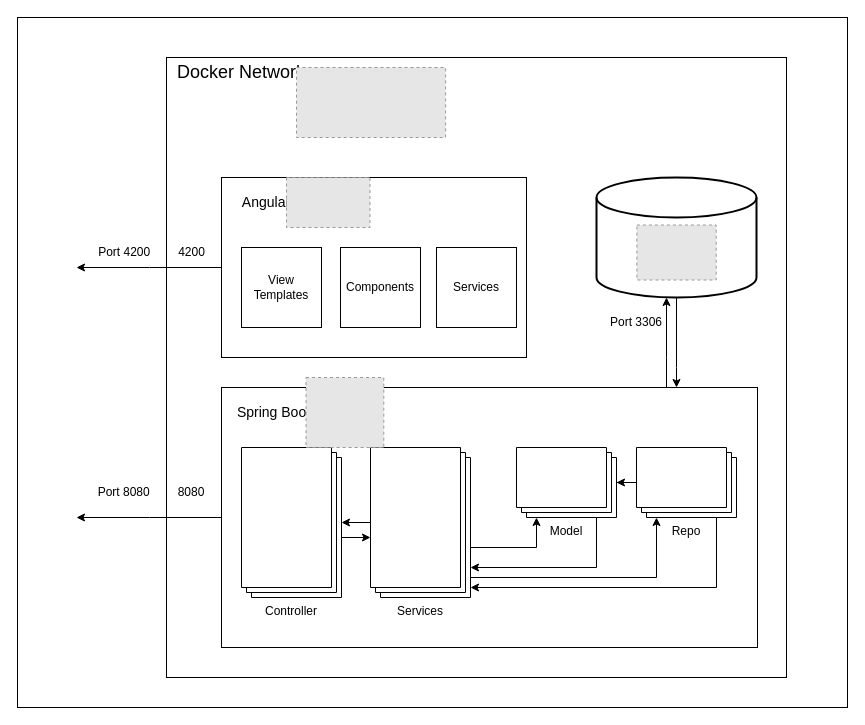
Golo300/Kantinerado keeps this draw.io diagram as docs/resources/src/SystemOverview.drawio. Above is the earlier version. Source tidied: cells renumbered, new cells numbered last; positions are measured from the earlier drawing's top-left corner, leaving out a move shared by most shapes. Both pictures are drawn from the tidied source at 100%, with x=0, y=0 at pixel (17, 17). Pictures stored in the file or linked from it are replaced by grey dashed boxes.
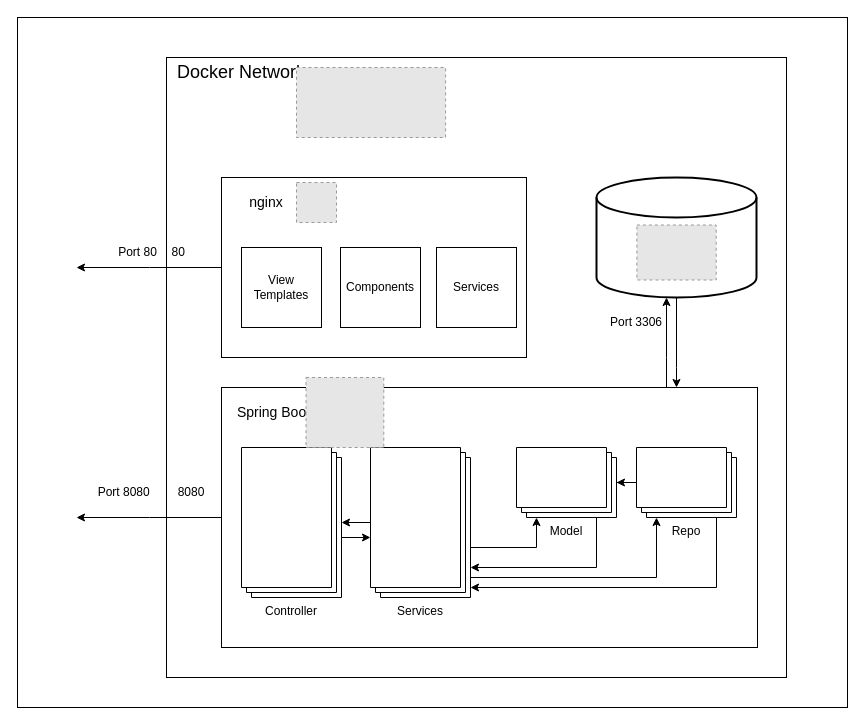
After the change.

What changed in the source:
```diff
@@
-    <mxCell id="8" value="&lt;font style=&quot;font-size: 14px;&quot;&gt;Angular&lt;/font&gt;" style="text;html=1;strokeColor=none;fillColor=none;align=center;verticalAlign=middle;whiteSpace=wrap;rounded=0;" parent="1" vertex="1">
+    <mxCell id="8" value="&lt;font style=&quot;font-size: 14px;&quot;&gt;nginx&lt;/font&gt;" style="text;html=1;strokeColor=none;fillColor=none;align=center;verticalAlign=middle;whiteSpace=wrap;rounded=0;" parent="1" vertex="1">
       <mxGeometry x="219" y="170" width="60" height="30" as="geometry" />
     </mxCell>
@@
-    <mxCell id="12" style="fillColor=#E6E6E6;strokeColor=#999999;dashed=1;verticalLabelPosition=bottom;labelBackgroundColor=default;verticalAlign=top;" parent="1" vertex="1">
-      <mxGeometry x="269" y="160" width="83.5" height="50" as="geometry" />
-    </mxCell>
@@
-    <mxCell id="31" value="Port 4200&lt;span style=&quot;white-space: pre;&quot;&gt;&#9;&lt;/span&gt;4200" style="text;html=1;strokeColor=none;fillColor=none;align=center;verticalAlign=middle;whiteSpace=wrap;rounded=0;" parent="1" vertex="1">
+    <mxCell id="31" value="Port 80&lt;span style=&quot;white-space: pre;&quot;&gt;&#9;&lt;/span&gt;80" style="text;html=1;strokeColor=none;fillColor=none;align=center;verticalAlign=middle;whiteSpace=wrap;rounded=0;" parent="1" vertex="1">
       <mxGeometry x="79" y="220" width="111" height="30" as="geometry" />
     </mxCell>
@@
+    <mxCell id="35" style="fillColor=#E6E6E6;strokeColor=#999999;dashed=1;verticalLabelPosition=bottom;labelBackgroundColor=default;verticalAlign=top;" parent="1" vertex="1">
+      <mxGeometry x="279" y="165" width="40" height="40" as="geometry" />
+    </mxCell>
```
